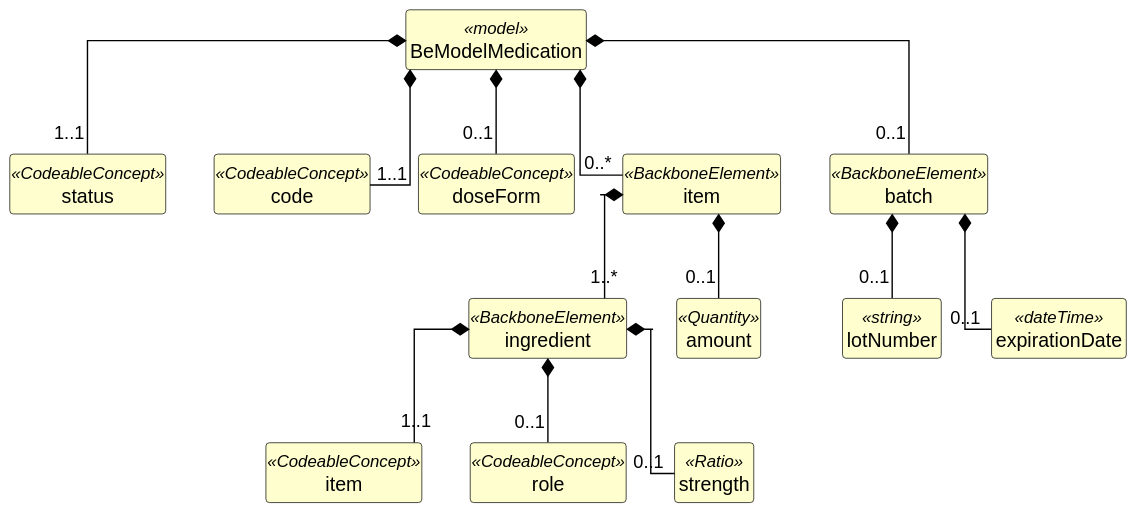
The PlantUML diagram exports/diagrams/BeModelMedication-uml.svg in caresets/caresets-src, before a commit.
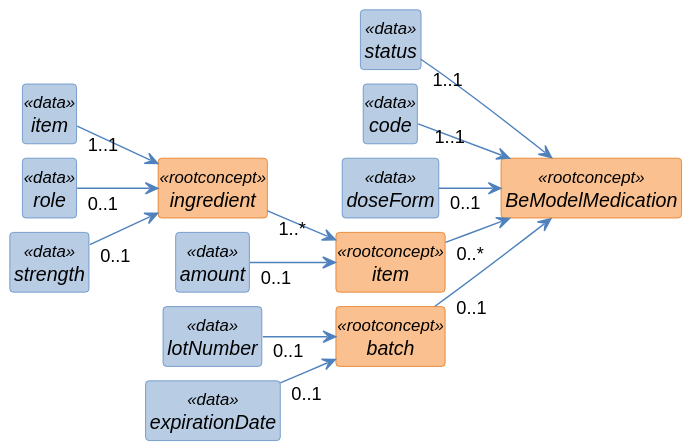
After the commit.

The edit, as a diff of the source:
```diff
@@ -1,66 +1,73 @@
 @startuml
+left to right direction
 skinparam shadowing false
+skinparam nodesep 10
+skinparam ranksep 40
 skinparam classAttributeIconSize 0
-skinparam linetype ortho
 skinparam class {
-  BackgroundColor #FEFECE
-  BorderColor #000000
-  ArrowColor #000000
-  FontStyle bold
-  AttributeFontStyle normal
+  FontStyle italic
+  BackgroundColor<<rootconcept>> #FAC08F
+  BorderColor<<rootconcept>> #E36C0A
+  BackgroundColor<<data>> #B8CCE4
+  BorderColor<<data>> #4F81BD
+  BackgroundColor<<reference>> #D9D9D9
+  BorderColor<<reference>> #808080
+  BackgroundColor<<value set>> #C3D69B
+  BorderColor<<value set>> #77933C
+  ArrowColor #4F81BD
 }
 hide circle
 hide empty members
 
-class "BeModelMedication" as BeModelMedication <<model>> {
+class "BeModelMedication" as BeModelMedication <<rootconcept>> {
 }
 
-class "status" as BeModelMedication_status <<CodeableConcept>> {
+class "status" as BeModelMedication_status <<data>> {
 }
 
-class "code" as BeModelMedication_code <<CodeableConcept>> {
+class "code" as BeModelMedication_code <<data>> {
 }
 
-class "doseForm" as BeModelMedication_doseForm <<CodeableConcept>> {
+class "doseForm" as BeModelMedication_doseForm <<data>> {
 }
 
-class "item" as BeModelMedication_item <<BackboneElement>> {
+class "item" as BeModelMedication_item <<rootconcept>> {
 }
 
-class "ingredient" as BeModelMedication_item_ingredient <<BackboneElement>> {
+class "ingredient" as BeModelMedication_item_ingredient <<rootconcept>> {
 }
 
-class "item" as BeModelMedication_item_ingredient_item <<CodeableConcept>> {
+class "item" as BeModelMedication_item_ingredient_item <<data>> {
 }
 
-class "role" as BeModelMedication_item_ingredient_role <<CodeableConcept>> {
+class "role" as BeModelMedication_item_ingredient_role <<data>> {
 }
 
-class "strength" as BeModelMedication_item_ingredient_strength <<Ratio>> {
+class "strength" as BeModelMedication_item_ingredient_strength <<data>> {
 }
 
-class "amount" as BeModelMedication_item_amount <<Quantity>> {
+class "amount" as BeModelMedication_item_amount <<data>> {
 }
 
-class "batch" as BeModelMedication_batch <<BackboneElement>> {
+class "batch" as BeModelMedication_batch <<rootconcept>> {
 }
 
-class "lotNumber" as BeModelMedication_batch_lotNumber <<string>> {
+class "lotNumber" as BeModelMedication_batch_lotNumber <<data>> {
 }
 
-class "expirationDate" as BeModelMedication_batch_expirationDate <<dateTime>> {
+class "expirationDate" as BeModelMedication_batch_expirationDate <<data>> {
 }
 
-BeModelMedication *-- "1..1" BeModelMedication_status
-BeModelMedication *-- "1..1" BeModelMedication_code
-BeModelMedication *-- "0..1" BeModelMedication_doseForm
-BeModelMedication *-- "0..*" BeModelMedication_item
-BeModelMedication_item *-- "1..*" BeModelMedication_item_ingredient
-BeModelMedication_item_ingredient *-- "1..1" BeModelMedication_item_ingredient_item
-BeModelMedication_item_ingredient *-- "0..1" BeModelMedication_item_ingredient_role
-BeModelMedication_item_ingredient *-- "0..1" BeModelMedication_item_ingredient_strength
-BeModelMedication_item *-- "0..1" BeModelMedication_item_amount
-BeModelMedication *-- "0..1" BeModelMedication_batch
-BeModelMedication_batch *-- "0..1" BeModelMedication_batch_lotNumber
-BeModelMedication_batch *-- "0..1" BeModelMedication_batch_expirationDate
+BeModelMedication_status "1..1" --> BeModelMedication
+BeModelMedication_code "1..1" --> BeModelMedication
+BeModelMedication_doseForm "0..1" --> BeModelMedication
+BeModelMedication_item "0..*" --> BeModelMedication
+BeModelMedication_item_ingredient "1..*" --> BeModelMedication_item
+BeModelMedication_item_ingredient_item "1..1" --> BeModelMedication_item_ingredient
+BeModelMedication_item_ingredient_role "0..1" --> BeModelMedication_item_ingredient
+BeModelMedication_item_ingredient_strength "0..1" --> BeModelMedication_item_ingredient
+BeModelMedication_item_amount "0..1" --> BeModelMedication_item
+BeModelMedication_batch "0..1" --> BeModelMedication
+BeModelMedication_batch_lotNumber "0..1" --> BeModelMedication_batch
+BeModelMedication_batch_expirationDate "0..1" --> BeModelMedication_batch
 @enduml
```
